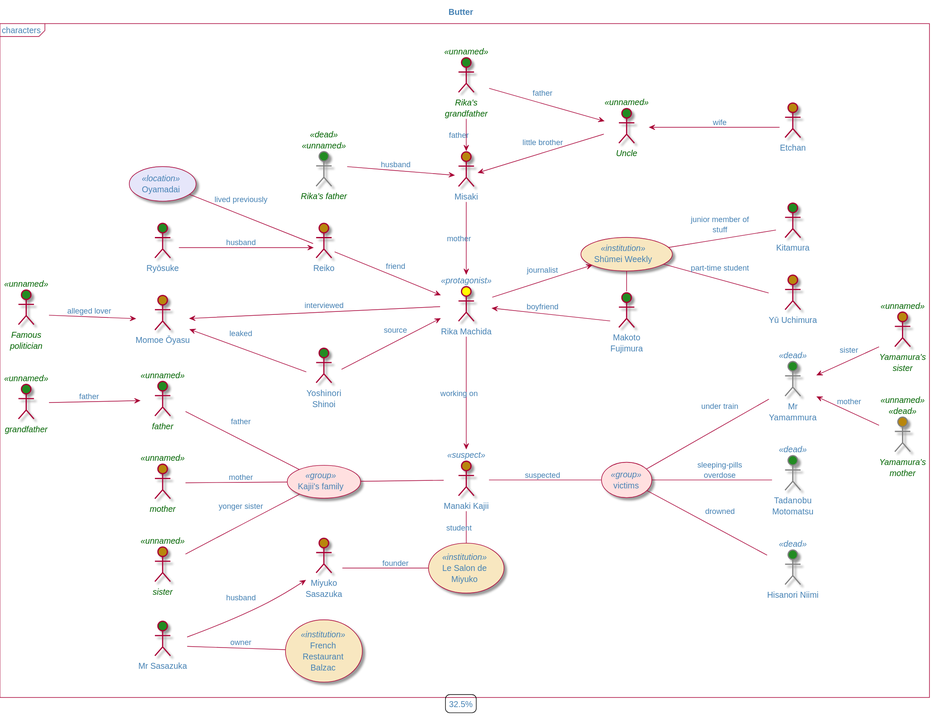
This is Butter/butter-Butter.svg from olek3/reading, a PlantUML export, as it was before one commit.
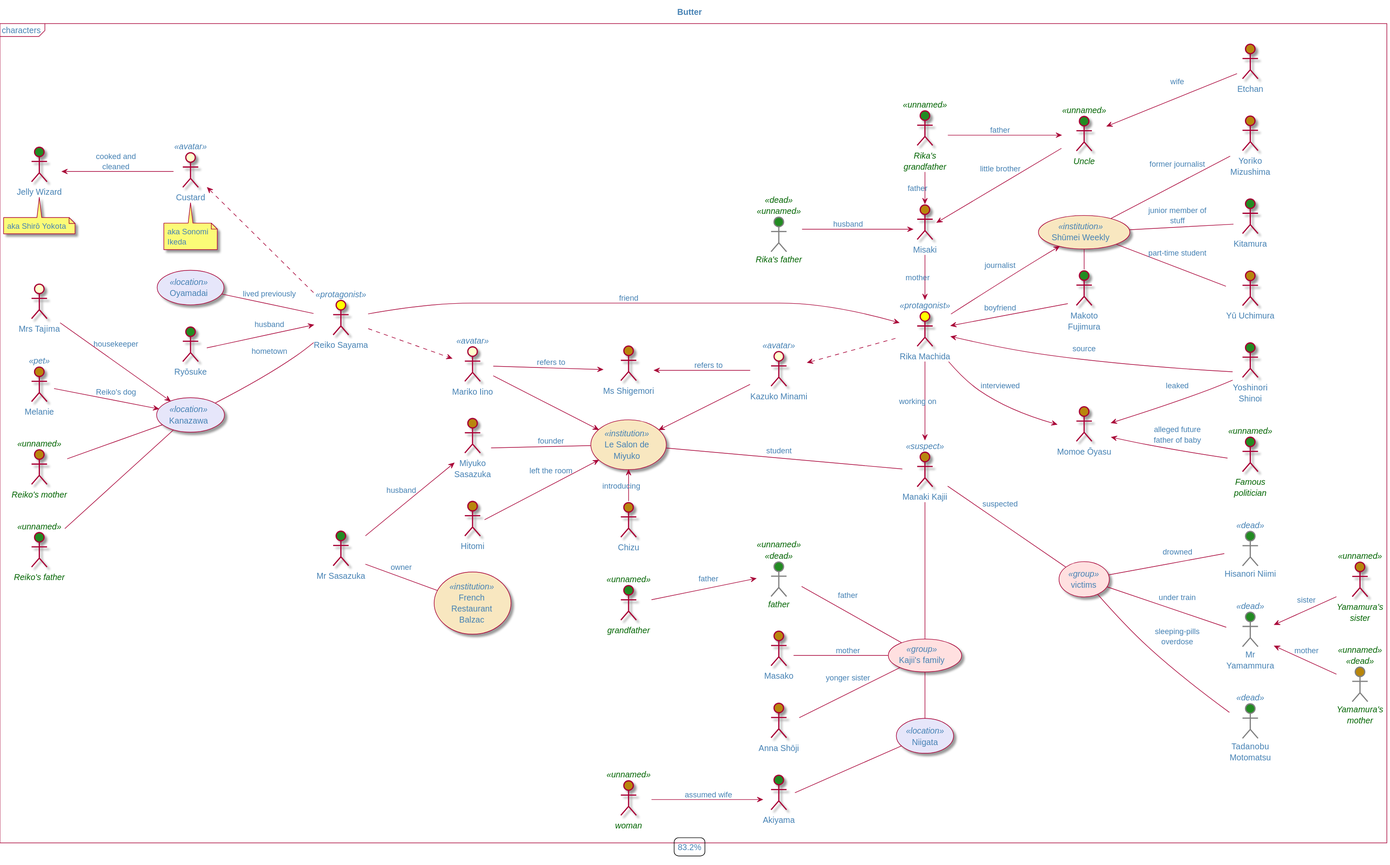
Later version of the same file.

Commit message:
catchup after vacation

Change to the diagram source:
```diff
@@ -6,15 +6,16 @@
 skinparam actor<<dead>>bordercolor gray
 skinparam actor<<unnamed>>fontcolor darkgreen
 skinparam actor<<unnamed>>fontstyle italic
+skinparam actor<<dead>>shadowing false
 
 title Butter
 mainframe characters
-legend : 32.5%
+legend : 83.2%
 
 :Rika Machida: as rika <<protagonist>> $female_protagonist
-:Reiko: as reiko $female
+:Reiko Sayama: as reiko <<protagonist>> $female_protagonist
 
-reiko --> rika: friend
+reiko ---> rika: friend
 
 (Oyamadai) <<location>>
 Oyamadai -- reiko: lived previously
@@ -32,24 +33,15 @@
 :Manaki Kajii: as manaki <<suspect>> $female
 
 
-(Le Salon de Miyuko) as salon <<institution>>
-:Miyuko Sasazuka: as miyuko $female
 
 (French Restaurant Balzac) as balzac <<institution>>
 
-miyuko -- salon : founder
 
-:Mr Sasazuka: as  sasazuka $male
-
-sasazuka --> miyuko : husband
-sasazuka -- balzac : owner
-
-manaki - salon : student
 
 rika -> manaki : working on
 
 :Yoshinori Shinoi: as  shinoi $male
-shinoi --> rika : source
+rika <-- shinoi  : source
 
 
 (Shūmei Weekly) as magazine <<institution>>
@@ -66,16 +58,16 @@
 (Kajii's family) as family <<group>>
 
 :grandfather: as grandfather <<unnamed>> $male
-:father: as  father <<unnamed>>  $male
-:mother: as  mother <<unnamed>>  $female
-:sister: as sister <<unnamed>>  $female
+:father: as  father <<unnamed>><<dead>>  $male
+:Masako: as  mother $female
+:Anna Shōji: as sister  $female
 
 grandfather --> father : father
 father -- family : father
 mother -- family : mother
 sister -- family : yonger sister
 
-family -- manaki
+manaki - family
 
 (victims) <<group>>
 
@@ -101,10 +93,10 @@
 
 oyasu <-- shinoi : leaked
 
-oyasu <--- rika : interviewed
+rika --> oyasu : interviewed
 :Famous politician: as politician <<unnamed>> $male
 
-politician--> oyasu : alleged lover
+oyasu <-- politician : alleged future father of baby
 
 :Hisanori Niimi: as niimi <<dead>>$male
 victims -- niimi : drowned
@@ -118,4 +110,74 @@
 :Rika's father: as rFather <<dead>><<unnamed>> $male
 
 rFather --> Misaki : husband
+
+:Yoriko Mizushima: as Mizushima $female
+
+magazine -- Mizushima: former journalist
+
+(Kanazawa) as kanazawa <<location>>
+
+kanazawa -- reiko : hometown
+
+:Mrs Tajima: --> kanazawa : housekeeper
+:Melanie: as collie <<pet>> $female
+collie --> kanazawa : Reiko's dog
+:Reiko's mother: as reikoMother <<unnamed>> $female
+:Reiko's father: as reikoFather <<unnamed>> $male
+
+reikoFather -- kanazawa
+reikoMother -- kanazawa
+
+
+:Jelly Wizard: as fourth $male
+note bottom : aka Shirō Yokota
+
+:Custard: as custard <<avatar>>
+note bottom : aka Sonomi Ikeda
+
+custard <.. reiko
+
+fourth <-- custard : cooked and cleaned
+
+(Niigata) as niigata <<location>>
+
+family - niigata
+
+:Akiyama: as farmer $male
+
+farmer -- niigata
+
+:woman: as farmerWife <<unnamed>> $female
+
+farmerWife --> farmer : assumed wife
+
+:Mariko Iino: as reikoSalon <<avatar>>
+:Kazuko Minami: as rikaSalon <<avatar>>
+
+rikaSalon <.. rika
+
+(Le Salon de Miyuko) as salon <<institution>>
+
+reiko ..> reikoSalon
+
+:Miyuko Sasazuka: as miyuko $female
+salon -- manaki : student
+reikoSalon --> salon
+salon <-- rikaSalon
+miyuko -- salon : founder
+
+:Mr Sasazuka: as  sasazuka $male
+
+sasazuka --> miyuko : husband
+sasazuka -- balzac : owner
+
+:Ms Shigemori: as shigemori $female
+reikoSalon --> shigemori : refers to
+shigemori <-- rikaSalon : refers to
+
+:Hitomi: as hitomi $female
+hitomi --> salon : left the room
+
+:Chizu: as chizu $female
+salon <- chizu : introducing
 @enduml
```
